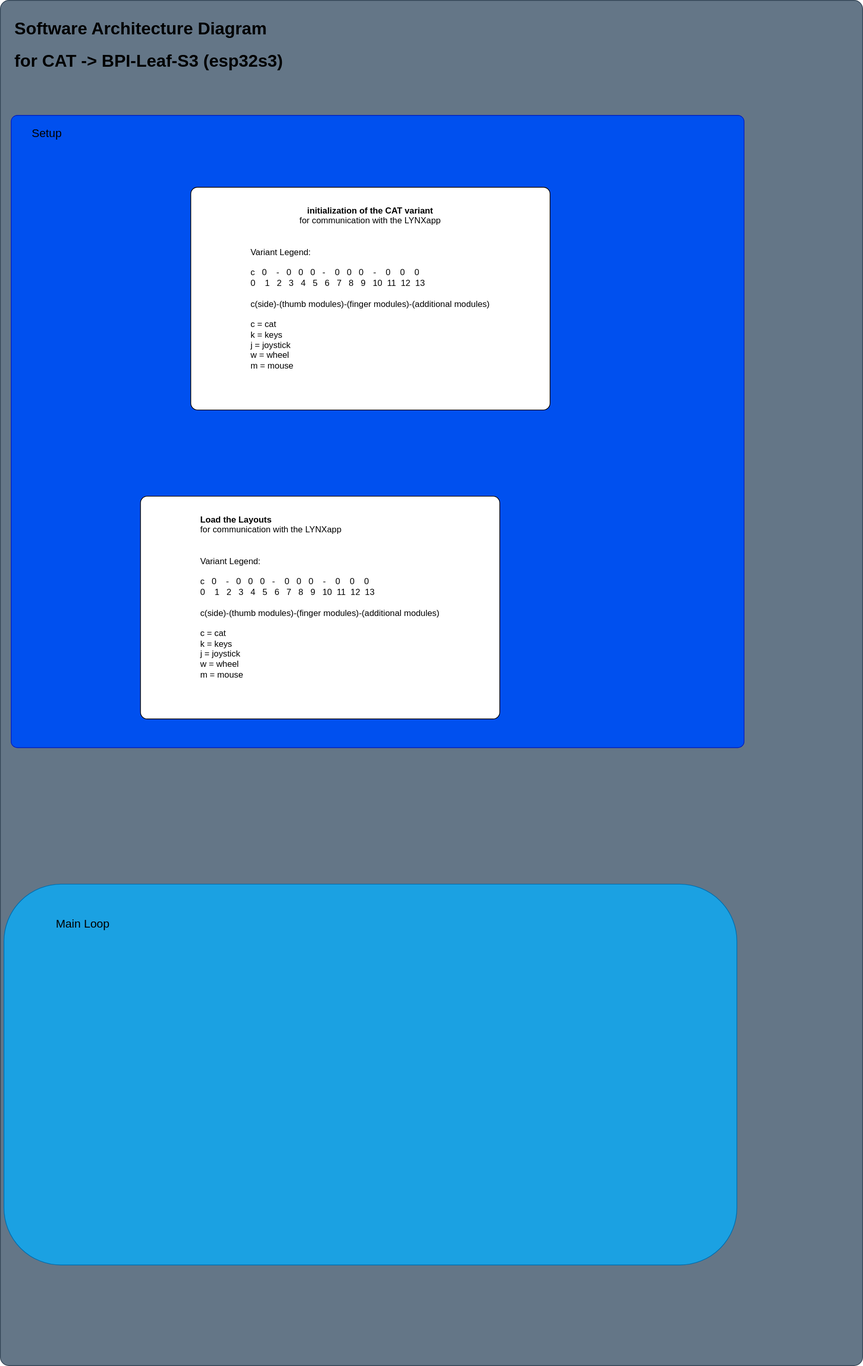
Above: images/SAD.svg in ApeDevil/dev-CAT (draw.io), before the change. Source tidied: cells renumbered, new cells last; positions are measured from the earlier drawing's top-left corner, leaving out a move shared by most shapes.
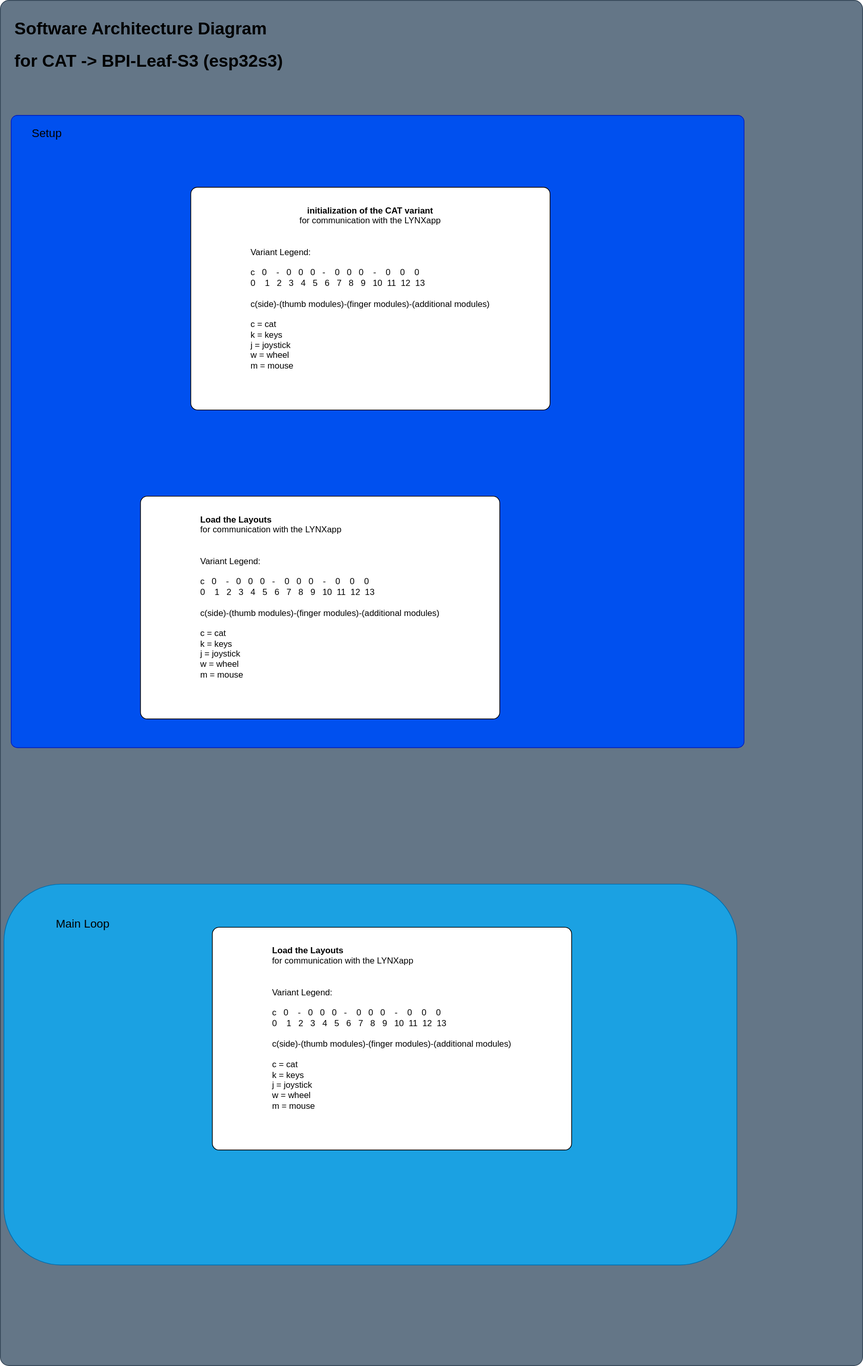
After the commit.

Change to the diagram source:
```diff
@@ -26,5 +26,8 @@
     <mxCell id="9" value="&lt;div style=&quot;text-align: left;&quot;&gt;&lt;span style=&quot;background-color: initial;&quot;&gt;&lt;b&gt;Load the Layouts&lt;/b&gt;&lt;/span&gt;&lt;/div&gt;&lt;div style=&quot;text-align: left;&quot;&gt;&lt;span style=&quot;background-color: initial;&quot;&gt;for communication with the LYNXapp&lt;/span&gt;&lt;br&gt;&lt;/div&gt;&lt;br&gt;&lt;span style=&quot;background-color: initial;&quot;&gt;&lt;br&gt;&lt;div style=&quot;text-align: left;&quot;&gt;&lt;span style=&quot;background-color: initial;&quot;&gt;Variant Legend:&lt;/span&gt;&lt;/div&gt;&lt;/span&gt;&lt;div style=&quot;text-align: left;&quot;&gt;&lt;div&gt;&lt;br&gt;&lt;/div&gt;&lt;div&gt;c&amp;nbsp; &amp;nbsp;0&amp;nbsp; &amp;nbsp; -&amp;nbsp; &amp;nbsp;0&amp;nbsp; &amp;nbsp;0&amp;nbsp; &amp;nbsp;0&amp;nbsp; &amp;nbsp;-&amp;nbsp; &amp;nbsp; 0&amp;nbsp; &amp;nbsp;0&amp;nbsp; &amp;nbsp;0&amp;nbsp; &amp;nbsp; -&amp;nbsp; &amp;nbsp; 0&amp;nbsp; &amp;nbsp; 0&amp;nbsp; &amp;nbsp; 0&lt;/div&gt;&lt;div&gt;0&amp;nbsp; &amp;nbsp; 1&amp;nbsp; &amp;nbsp;2&amp;nbsp; &amp;nbsp;3&amp;nbsp; &amp;nbsp;4&amp;nbsp; &amp;nbsp;5&amp;nbsp; &amp;nbsp;6&amp;nbsp; &amp;nbsp;7&amp;nbsp; &amp;nbsp;8&amp;nbsp; &amp;nbsp;9&amp;nbsp; &amp;nbsp;10&amp;nbsp; 11&amp;nbsp; 12&amp;nbsp; 13&lt;/div&gt;&lt;div&gt;&lt;br&gt;&lt;/div&gt;&lt;div&gt;c(side)-(thumb modules)-(finger modules)-(additional modules)&lt;/div&gt;&lt;div&gt;&lt;br&gt;&lt;/div&gt;&lt;div&gt;c = cat&lt;/div&gt;&lt;div&gt;k = keys&lt;/div&gt;&lt;div&gt;j = joystick&lt;/div&gt;&lt;div&gt;w = wheel&lt;/div&gt;&lt;div&gt;m = mouse&lt;/div&gt;&lt;div&gt;&lt;br&gt;&lt;/div&gt;&lt;div&gt;&lt;br&gt;&lt;/div&gt;&lt;/div&gt;" style="rounded=1;whiteSpace=wrap;html=1;arcSize=3;" parent="1" vertex="1">
       <mxGeometry x="195" y="690" width="500" height="310" as="geometry" />
     </mxCell>
+    <mxCell id="10" value="&lt;div style=&quot;text-align: left;&quot;&gt;&lt;span style=&quot;background-color: initial;&quot;&gt;&lt;b&gt;Load the Layouts&lt;/b&gt;&lt;/span&gt;&lt;/div&gt;&lt;div style=&quot;text-align: left;&quot;&gt;&lt;span style=&quot;background-color: initial;&quot;&gt;for communication with the LYNXapp&lt;/span&gt;&lt;br&gt;&lt;/div&gt;&lt;br&gt;&lt;span style=&quot;background-color: initial;&quot;&gt;&lt;br&gt;&lt;div style=&quot;text-align: left;&quot;&gt;&lt;span style=&quot;background-color: initial;&quot;&gt;Variant Legend:&lt;/span&gt;&lt;/div&gt;&lt;/span&gt;&lt;div style=&quot;text-align: left;&quot;&gt;&lt;div&gt;&lt;br&gt;&lt;/div&gt;&lt;div&gt;c&amp;nbsp; &amp;nbsp;0&amp;nbsp; &amp;nbsp; -&amp;nbsp; &amp;nbsp;0&amp;nbsp; &amp;nbsp;0&amp;nbsp; &amp;nbsp;0&amp;nbsp; &amp;nbsp;-&amp;nbsp; &amp;nbsp; 0&amp;nbsp; &amp;nbsp;0&amp;nbsp; &amp;nbsp;0&amp;nbsp; &amp;nbsp; -&amp;nbsp; &amp;nbsp; 0&amp;nbsp; &amp;nbsp; 0&amp;nbsp; &amp;nbsp; 0&lt;/div&gt;&lt;div&gt;0&amp;nbsp; &amp;nbsp; 1&amp;nbsp; &amp;nbsp;2&amp;nbsp; &amp;nbsp;3&amp;nbsp; &amp;nbsp;4&amp;nbsp; &amp;nbsp;5&amp;nbsp; &amp;nbsp;6&amp;nbsp; &amp;nbsp;7&amp;nbsp; &amp;nbsp;8&amp;nbsp; &amp;nbsp;9&amp;nbsp; &amp;nbsp;10&amp;nbsp; 11&amp;nbsp; 12&amp;nbsp; 13&lt;/div&gt;&lt;div&gt;&lt;br&gt;&lt;/div&gt;&lt;div&gt;c(side)-(thumb modules)-(finger modules)-(additional modules)&lt;/div&gt;&lt;div&gt;&lt;br&gt;&lt;/div&gt;&lt;div&gt;c = cat&lt;/div&gt;&lt;div&gt;k = keys&lt;/div&gt;&lt;div&gt;j = joystick&lt;/div&gt;&lt;div&gt;w = wheel&lt;/div&gt;&lt;div&gt;m = mouse&lt;/div&gt;&lt;div&gt;&lt;br&gt;&lt;/div&gt;&lt;div&gt;&lt;br&gt;&lt;/div&gt;&lt;/div&gt;" style="rounded=1;whiteSpace=wrap;html=1;arcSize=3;" parent="1" vertex="1">
+      <mxGeometry x="295" y="1290" width="500" height="310" as="geometry" />
+    </mxCell>
   </root>
 </mxGraphModel>
```
